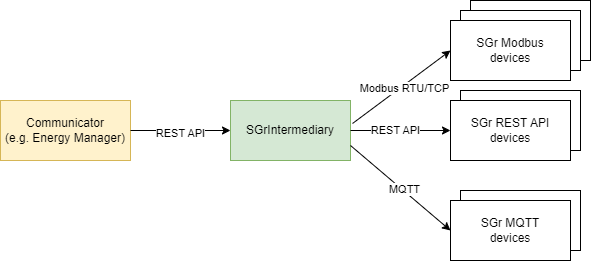
SmartGridready/SGrJavaIntermediary keeps this draw.io diagram as doc/Architecture-Overview.png. Above is the earlier version. Source tidied: cells renumbered, new cells last; positions are measured from the earlier drawing's top-left corner, leaving out a move shared by most shapes.
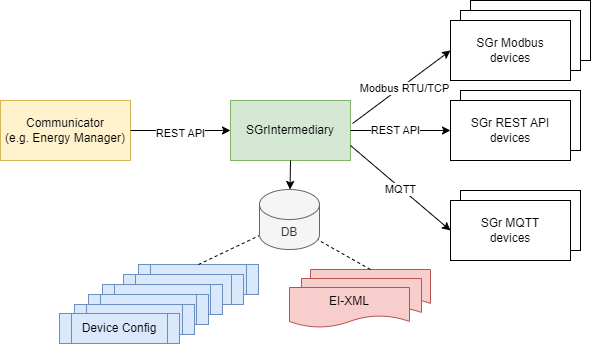
Later version of the same file.

The edit, as a diff of the source:
```diff
@@ -58,8 +58,51 @@
     </mxCell>
     <mxCell id="18" value="MQTT" style="edgeLabel;html=1;align=center;verticalAlign=middle;" parent="17" vertex="1">
       <mxGeometry x="0.06" y="1" relative="1" as="geometry">
-        <mxPoint y="-1" as="offset" />
+        <mxPoint x="-4" y="-1" as="offset" />
       </mxGeometry>
     </mxCell>
+    <mxCell id="19" value="EI-XML" style="shape=document;whiteSpace=wrap;html=1;boundedLbl=1;fillColor=#f8cecc;strokeColor=#b85450;" parent="1" vertex="1">
+      <mxGeometry x="310" y="269" width="120" height="40" as="geometry" />
+    </mxCell>
+    <mxCell id="20" value="EI-XML" style="shape=document;whiteSpace=wrap;html=1;boundedLbl=1;fillColor=#f8cecc;strokeColor=#b85450;" parent="1" vertex="1">
+      <mxGeometry x="301" y="278" width="120" height="40" as="geometry" />
+    </mxCell>
+    <mxCell id="21" value="EI-XML" style="shape=document;whiteSpace=wrap;html=1;boundedLbl=1;fillColor=#f8cecc;strokeColor=#b85450;" parent="1" vertex="1">
+      <mxGeometry x="289" y="287" width="120" height="40" as="geometry" />
+    </mxCell>
+    <mxCell id="22" value="Device" style="shape=process;whiteSpace=wrap;html=1;backgroundOutline=1;fillColor=#dae8fc;strokeColor=#6c8ebf;" parent="1" vertex="1">
+      <mxGeometry x="138" y="264" width="120" height="30" as="geometry" />
+    </mxCell>
+    <mxCell id="23" value="Device" style="shape=process;whiteSpace=wrap;html=1;backgroundOutline=1;fillColor=#dae8fc;strokeColor=#6c8ebf;" parent="1" vertex="1">
+      <mxGeometry x="123" y="274" width="120" height="30" as="geometry" />
+    </mxCell>
+    <mxCell id="24" value="Device" style="shape=process;whiteSpace=wrap;html=1;backgroundOutline=1;fillColor=#dae8fc;strokeColor=#6c8ebf;" parent="1" vertex="1">
+      <mxGeometry x="102" y="284" width="120" height="30" as="geometry" />
+    </mxCell>
+    <mxCell id="25" value="Device" style="shape=process;whiteSpace=wrap;html=1;backgroundOutline=1;fillColor=#dae8fc;strokeColor=#6c8ebf;" parent="1" vertex="1">
+      <mxGeometry x="88" y="294" width="120" height="30" as="geometry" />
+    </mxCell>
+    <mxCell id="26" value="Device" style="shape=process;whiteSpace=wrap;html=1;backgroundOutline=1;fillColor=#dae8fc;strokeColor=#6c8ebf;" parent="1" vertex="1">
+      <mxGeometry x="74" y="304" width="120" height="30" as="geometry" />
+    </mxCell>
+    <mxCell id="27" value="Device Config" style="shape=process;whiteSpace=wrap;html=1;backgroundOutline=1;fillColor=#dae8fc;strokeColor=#6c8ebf;" parent="1" vertex="1">
+      <mxGeometry x="59" y="313" width="120" height="30" as="geometry" />
+    </mxCell>
+    <mxCell id="28" style="endArrow=none;dashed=1;html=1;rounded=0;exitX=0.5;exitY=0;exitDx=0;exitDy=0;" parent="1" edge="1" source="19">
+      <mxGeometry relative="1" as="geometry">
+        <mxPoint x="299" y="229" as="targetPoint" />
+      </mxGeometry>
+    </mxCell>
+    <mxCell id="29" style="endArrow=none;dashed=1;html=1;rounded=0;exitX=0.5;exitY=0;exitDx=0;exitDy=0;" parent="1" edge="1" source="22">
+      <mxGeometry relative="1" as="geometry">
+        <mxPoint x="259" y="235" as="targetPoint" />
+      </mxGeometry>
+    </mxCell>
+    <mxCell id="30" value="DB" style="shape=cylinder3;whiteSpace=wrap;html=1;boundedLbl=1;backgroundOutline=1;size=15;fillColor=#f5f5f5;strokeColor=#666666;fontColor=#333333;" parent="1" vertex="1">
+      <mxGeometry x="259" y="189" width="60" height="60" as="geometry" />
+    </mxCell>
+    <mxCell id="31" style="endArrow=classic;html=1;rounded=0;exitX=0.5;exitY=1;exitDx=0;exitDy=0;" parent="1" edge="1" source="7" target="30">
+      <mxGeometry relative="1" as="geometry" />
+    </mxCell>
   </root>
 </mxGraphModel>
```
